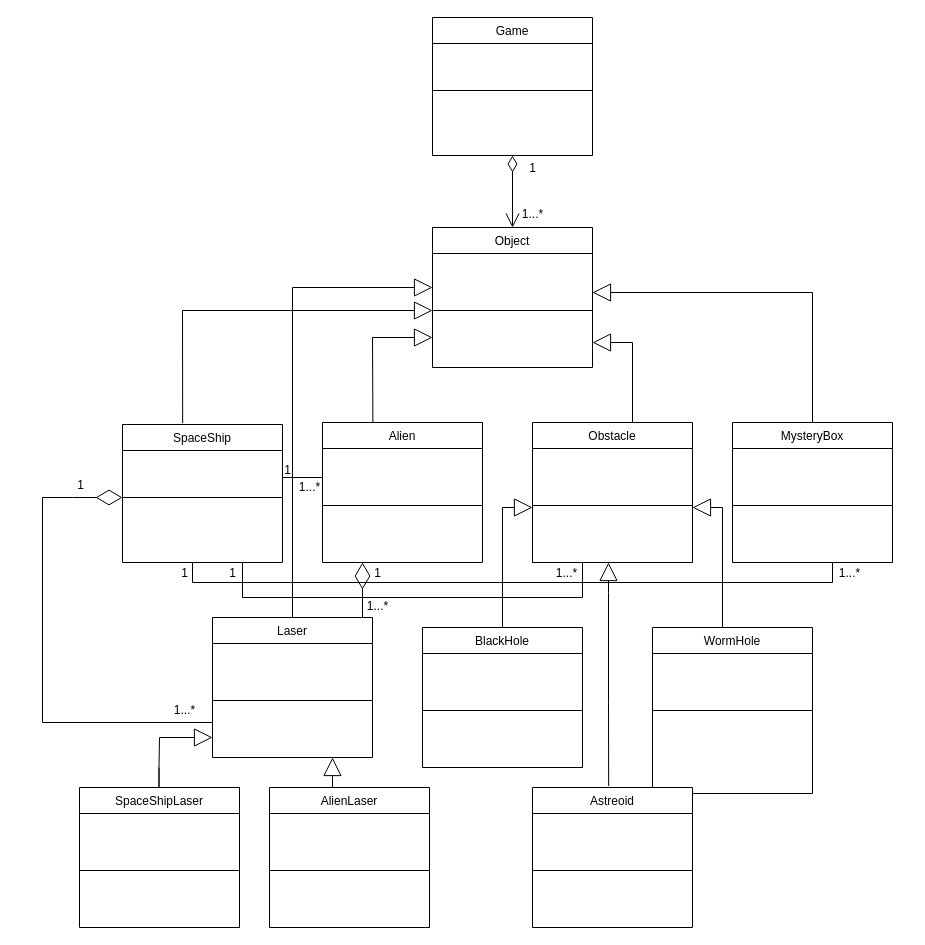
Before: Group7_ClassDiagram .drawio in hemrebacak/IE201-Intermediate-Programming, a draw.io diagram. Source tidied: cells renumbered, new cells numbered last; positions are measured from the earlier drawing's top-left corner, leaving out a move shared by most shapes. Both pictures are drawn from the tidied source at 100%, with x=0, y=0 at pixel (40, 17).
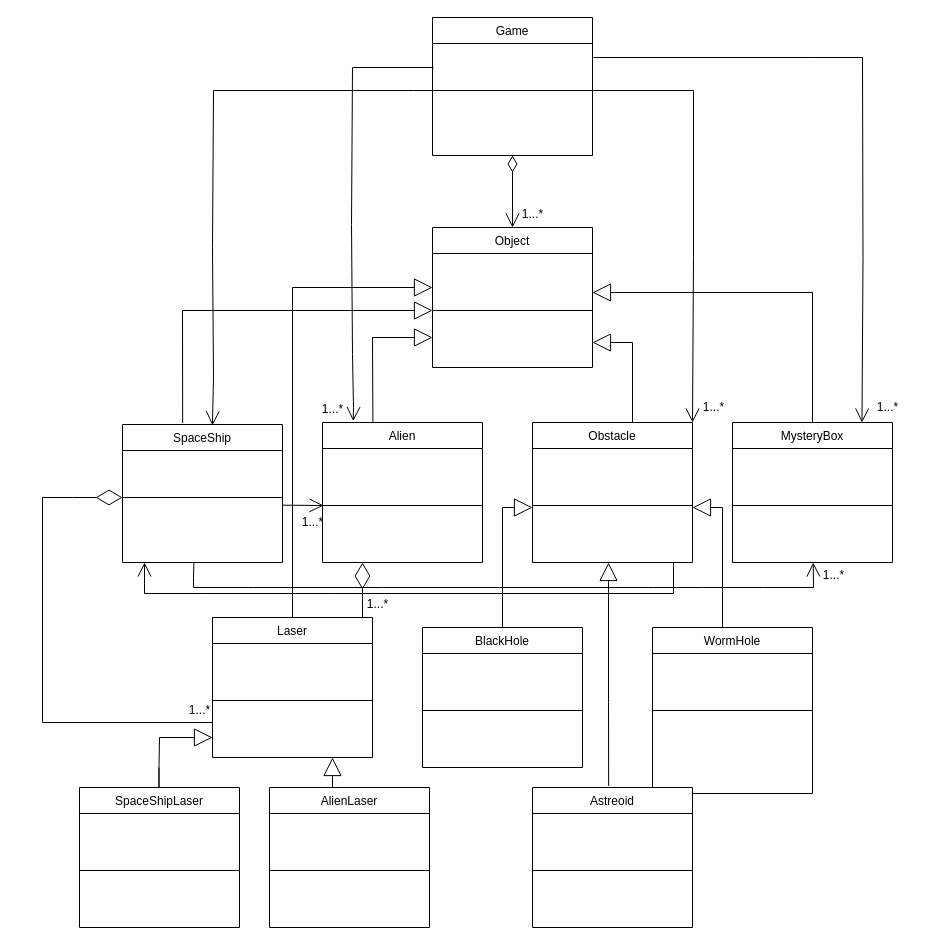
The same page after the edit.

Unchanged cells that the change refers to:
```xml
<mxCell id="3" value="Game" style="swimlane;fontStyle=0;align=center;verticalAlign=top;horizontal=1;startSize=26;rounded=0;shadow=0;strokeWidth=1;" parent="1" vertex="1">
  <mxGeometry x="392" width="160" height="138" as="geometry" />
</mxCell>
<mxCell id="4" style="line;html=1;strokeWidth=1;align=left;verticalAlign=middle;spacingTop=-1;spacingLeft=3;spacingRight=3;labelPosition=right;points=[];portConstraint=eastwest;" parent="3" vertex="1">
  <mxGeometry y="26" width="160" height="94" as="geometry" />
</mxCell>
<mxCell id="5" value="SpaceShip" style="swimlane;fontStyle=0;align=center;verticalAlign=top;horizontal=1;startSize=26;rounded=0;shadow=0;strokeWidth=1;" parent="1" vertex="1">
  <mxGeometry x="82" y="407" width="160" height="138" as="geometry" />
</mxCell>
<mxCell id="9" value="Alien" style="swimlane;fontStyle=0;align=center;verticalAlign=top;horizontal=1;startSize=26;rounded=0;shadow=0;strokeWidth=1;" parent="1" vertex="1">
  <mxGeometry x="282" y="405" width="160" height="140" as="geometry" />
</mxCell>
<mxCell id="12" value="Laser" style="swimlane;fontStyle=0;align=center;verticalAlign=top;horizontal=1;startSize=26;rounded=0;shadow=0;strokeWidth=1;" parent="1" vertex="1">
  <mxGeometry x="172" y="600" width="160" height="140" as="geometry" />
</mxCell>
<mxCell id="15" value="Obstacle" style="swimlane;fontStyle=0;align=center;verticalAlign=top;horizontal=1;startSize=26;rounded=0;shadow=0;strokeWidth=1;" parent="1" vertex="1">
  <mxGeometry x="492" y="405" width="160" height="140" as="geometry" />
</mxCell>
<mxCell id="25" style="line;html=1;strokeWidth=1;align=left;verticalAlign=middle;spacingTop=-1;spacingLeft=3;spacingRight=3;labelPosition=right;points=[];portConstraint=eastwest;" parent="24" vertex="1">
  <mxGeometry y="26" width="160" height="114" as="geometry" />
</mxCell>
```

Diff of the diagram source:
```diff
@@
+    <mxCell id="54" style="endArrow=open;endFill=1;endSize=12;html=1;rounded=0;entryX=0.192;entryY=-0.01;entryDx=0;entryDy=0;entryPerimeter=0;" parent="3" edge="1" target="9">
+      <mxGeometry relative="1" as="geometry">
+        <mxPoint x="1" y="50" as="sourcePoint" />
+        <Array as="points">
+          <mxPoint x="-80" y="50" />
+          <mxPoint x="-81" y="207" />
+          <mxPoint x="-80" y="337" />
+          <mxPoint x="-79" y="390" />
+        </Array>
+      </mxGeometry>
+    </mxCell>
@@
-    <mxCell id="10" style="endArrow=none;html=1;edgeStyle=orthogonalEdgeStyle;rounded=0;" parent="9" edge="1">
-      <mxGeometry relative="1" as="geometry">
-        <mxPoint x="-40" y="55" as="sourcePoint" />
-        <mxPoint y="55" as="targetPoint" />
-      </mxGeometry>
-    </mxCell>
@@
+    <mxCell id="55" style="endArrow=open;endFill=1;endSize=12;html=1;rounded=0;" parent="9" edge="1">
+      <mxGeometry relative="1" as="geometry">
+        <mxPoint x="-40" y="82.7" as="sourcePoint" />
+        <mxPoint x="1" y="83" as="targetPoint" />
+      </mxGeometry>
+    </mxCell>
@@
-    <mxCell id="14" style="endArrow=none;html=1;edgeStyle=orthogonalEdgeStyle;rounded=0;" parent="12" edge="1">
-      <mxGeometry relative="1" as="geometry">
-        <mxPoint x="30" y="-55" as="sourcePoint" />
-        <mxPoint x="320" y="-55" as="targetPoint" />
-        <Array as="points">
-          <mxPoint x="30" y="-20" />
-          <mxPoint x="370" y="-20" />
-          <mxPoint x="370" y="-55" />
-        </Array>
-      </mxGeometry>
-    </mxCell>
@@
-    <mxCell id="33" style="endArrow=none;html=1;edgeStyle=orthogonalEdgeStyle;rounded=0;" parent="1" edge="1">
-      <mxGeometry relative="1" as="geometry">
-        <mxPoint x="152" y="545" as="sourcePoint" />
-        <mxPoint x="792" y="545" as="targetPoint" />
-        <Array as="points">
-          <mxPoint x="152" y="565" />
-          <mxPoint x="792" y="565" />
-        </Array>
-      </mxGeometry>
-    </mxCell>
@@
-    <mxCell id="37" value="&lt;span style=&quot;font-weight: normal;&quot;&gt;&lt;font style=&quot;font-size: 12px;&quot;&gt;1&lt;/font&gt;&lt;/span&gt;" style="text;align=center;fontStyle=1;verticalAlign=middle;spacingLeft=3;spacingRight=3;strokeColor=none;html=1;" parent="1" vertex="1">
-      <mxGeometry x="452" y="138" width="80" height="26" as="geometry" />
-    </mxCell>
-    <mxCell id="38" value="&lt;span style=&quot;font-weight: normal;&quot;&gt;&lt;font style=&quot;font-size: 12px;&quot;&gt;1&lt;/font&gt;&lt;/span&gt;" style="text;align=center;fontStyle=1;verticalAlign=middle;spacingLeft=3;spacingRight=3;strokeColor=none;html=1;" parent="1" vertex="1">
-      <mxGeometry y="455" width="80" height="26" as="geometry" />
-    </mxCell>
-    <mxCell id="39" value="&lt;span style=&quot;font-weight: normal;&quot;&gt;&lt;font style=&quot;font-size: 12px;&quot;&gt;1&lt;/font&gt;&lt;/span&gt;" style="text;align=center;fontStyle=1;verticalAlign=middle;spacingLeft=3;spacingRight=3;strokeColor=none;html=1;" parent="1" vertex="1">
-      <mxGeometry x="104" y="543" width="80" height="26" as="geometry" />
-    </mxCell>
     <mxCell id="40" value="&lt;span style=&quot;font-weight: 400;&quot;&gt;1...*&lt;br&gt;&lt;/span&gt;" style="text;align=center;fontStyle=1;verticalAlign=middle;spacingLeft=3;spacingRight=3;strokeColor=none;html=1;" parent="1" vertex="1">
-      <mxGeometry x="769" y="543" width="80" height="26" as="geometry" />
+      <mxGeometry x="753" y="545" width="80" height="26" as="geometry" />
     </mxCell>
     <mxCell id="41" value="&lt;span style=&quot;font-weight: 400;&quot;&gt;1...*&lt;br&gt;&lt;/span&gt;" style="text;align=center;fontStyle=1;verticalAlign=middle;spacingLeft=3;spacingRight=3;strokeColor=none;html=1;" parent="1" vertex="1">
-      <mxGeometry x="104" y="680" width="80" height="26" as="geometry" />
+      <mxGeometry x="119" y="680" width="80" height="26" as="geometry" />
     </mxCell>
-    <mxCell id="42" value="&lt;span style=&quot;font-weight: normal;&quot;&gt;&lt;font style=&quot;font-size: 12px;&quot;&gt;1&lt;/font&gt;&lt;/span&gt;" style="text;align=center;fontStyle=1;verticalAlign=middle;spacingLeft=3;spacingRight=3;strokeColor=none;html=1;" parent="1" vertex="1">
-      <mxGeometry x="152" y="543" width="80" height="26" as="geometry" />
-    </mxCell>
-    <mxCell id="43" value="&lt;span style=&quot;font-weight: 400;&quot;&gt;1...*&lt;br&gt;&lt;/span&gt;" style="text;align=center;fontStyle=1;verticalAlign=middle;spacingLeft=3;spacingRight=3;strokeColor=none;html=1;" parent="1" vertex="1">
-      <mxGeometry x="486" y="543" width="80" height="26" as="geometry" />
-    </mxCell>
     <mxCell id="44" value="&lt;span style=&quot;font-weight: 400;&quot;&gt;1...*&lt;br&gt;&lt;/span&gt;" style="text;align=center;fontStyle=1;verticalAlign=middle;spacingLeft=3;spacingRight=3;strokeColor=none;html=1;" parent="1" vertex="1">
-      <mxGeometry x="297" y="576" width="80" height="26" as="geometry" />
+      <mxGeometry x="297" y="574" width="80" height="26" as="geometry" />
     </mxCell>
-    <mxCell id="45" value="&lt;span style=&quot;font-weight: normal;&quot;&gt;&lt;font style=&quot;font-size: 12px;&quot;&gt;1&lt;/font&gt;&lt;/span&gt;" style="text;align=center;fontStyle=1;verticalAlign=middle;spacingLeft=3;spacingRight=3;strokeColor=none;html=1;" parent="1" vertex="1">
-      <mxGeometry x="297" y="543" width="80" height="26" as="geometry" />
-    </mxCell>
-    <mxCell id="46" value="&lt;span style=&quot;font-weight: normal;&quot;&gt;&lt;font style=&quot;font-size: 12px;&quot;&gt;1&lt;/font&gt;&lt;/span&gt;" style="text;align=center;fontStyle=1;verticalAlign=middle;spacingLeft=3;spacingRight=3;strokeColor=none;html=1;" parent="1" vertex="1">
-      <mxGeometry x="207" y="440" width="80" height="26" as="geometry" />
-    </mxCell>
     <mxCell id="47" value="&lt;span style=&quot;font-weight: 400;&quot;&gt;1...*&lt;br&gt;&lt;/span&gt;" style="text;align=center;fontStyle=1;verticalAlign=middle;spacingLeft=3;spacingRight=3;strokeColor=none;html=1;" parent="1" vertex="1">
-      <mxGeometry x="229" y="457" width="80" height="26" as="geometry" />
+      <mxGeometry x="232" y="492" width="80" height="26" as="geometry" />
     </mxCell>
@@
+    <mxCell id="56" style="endArrow=open;endFill=1;endSize=12;html=1;rounded=0;entryX=1;entryY=0;entryDx=0;entryDy=0;" parent="1" edge="1" target="15">
+      <mxGeometry relative="1" as="geometry">
+        <mxPoint x="552" y="73" as="sourcePoint" />
+        <Array as="points">
+          <mxPoint x="653" y="73" />
+          <mxPoint x="653" y="240" />
+        </Array>
+      </mxGeometry>
+    </mxCell>
+    <mxCell id="57" style="endArrow=open;endFill=1;endSize=12;html=1;rounded=0;entryX=0.562;entryY=0.006;entryDx=0;entryDy=0;exitX=0.006;exitY=0.5;exitDx=0;exitDy=0;exitPerimeter=0;entryPerimeter=0;" parent="1" edge="1" source="4" target="5">
+      <mxGeometry relative="1" as="geometry">
+        <Array as="points">
+          <mxPoint x="373" y="73" />
+          <mxPoint x="173" y="73" />
+          <mxPoint x="172" y="230" />
+          <mxPoint x="173" y="360" />
+        </Array>
+      </mxGeometry>
+    </mxCell>
+    <mxCell id="58" style="endArrow=open;endFill=1;endSize=12;html=1;rounded=0;exitX=0.018;exitY=0.054;exitDx=0;exitDy=0;exitPerimeter=0;" parent="1" edge="1" target="25">
+      <mxGeometry relative="1" as="geometry">
+        <mxPoint x="153.4" y="544.4" as="sourcePoint" />
+        <Array as="points">
+          <mxPoint x="153" y="560" />
+          <mxPoint x="153" y="570" />
+          <mxPoint x="213" y="570" />
+          <mxPoint x="343" y="570" />
+          <mxPoint x="613" y="570" />
+          <mxPoint x="663" y="570" />
+          <mxPoint x="723" y="570" />
+          <mxPoint x="773" y="570" />
+        </Array>
+      </mxGeometry>
+    </mxCell>
+    <mxCell id="59" style="endArrow=open;endFill=1;endSize=12;html=1;rounded=0;entryX=1;entryY=0;entryDx=0;entryDy=0;" parent="1" edge="1">
+      <mxGeometry relative="1" as="geometry">
+        <mxPoint x="553" y="40" as="sourcePoint" />
+        <mxPoint x="821.5" y="405" as="targetPoint" />
+        <Array as="points">
+          <mxPoint x="773" y="40" />
+          <mxPoint x="822" y="40" />
+          <mxPoint x="822.5" y="240" />
+        </Array>
+      </mxGeometry>
+    </mxCell>
+    <mxCell id="60" value="1...*" style="text;html=1;align=center;verticalAlign=middle;strokeColor=none;fillColor=none;" parent="1" vertex="1">
+      <mxGeometry x="827" y="375" width="40" height="30" as="geometry" />
+    </mxCell>
+    <mxCell id="61" value="1...*" style="text;html=1;align=center;verticalAlign=middle;strokeColor=none;fillColor=none;" parent="1" vertex="1">
+      <mxGeometry x="653" y="375" width="40" height="30" as="geometry" />
+    </mxCell>
+    <mxCell id="62" style="endArrow=open;endFill=1;endSize=12;html=1;rounded=0;" parent="1" edge="1">
+      <mxGeometry relative="1" as="geometry">
+        <mxPoint x="633" y="545" as="sourcePoint" />
+        <mxPoint x="104" y="545" as="targetPoint" />
+        <Array as="points">
+          <mxPoint x="633" y="576" />
+          <mxPoint x="564" y="576" />
+          <mxPoint x="294" y="576" />
+          <mxPoint x="164" y="576" />
+          <mxPoint x="104" y="576" />
+          <mxPoint x="104" y="566" />
+        </Array>
+      </mxGeometry>
+    </mxCell>
+    <mxCell id="63" value="1...*" style="text;html=1;align=center;verticalAlign=middle;strokeColor=none;fillColor=none;" parent="1" vertex="1">
+      <mxGeometry x="272" y="377" width="40" height="30" as="geometry" />
+    </mxCell>
```
